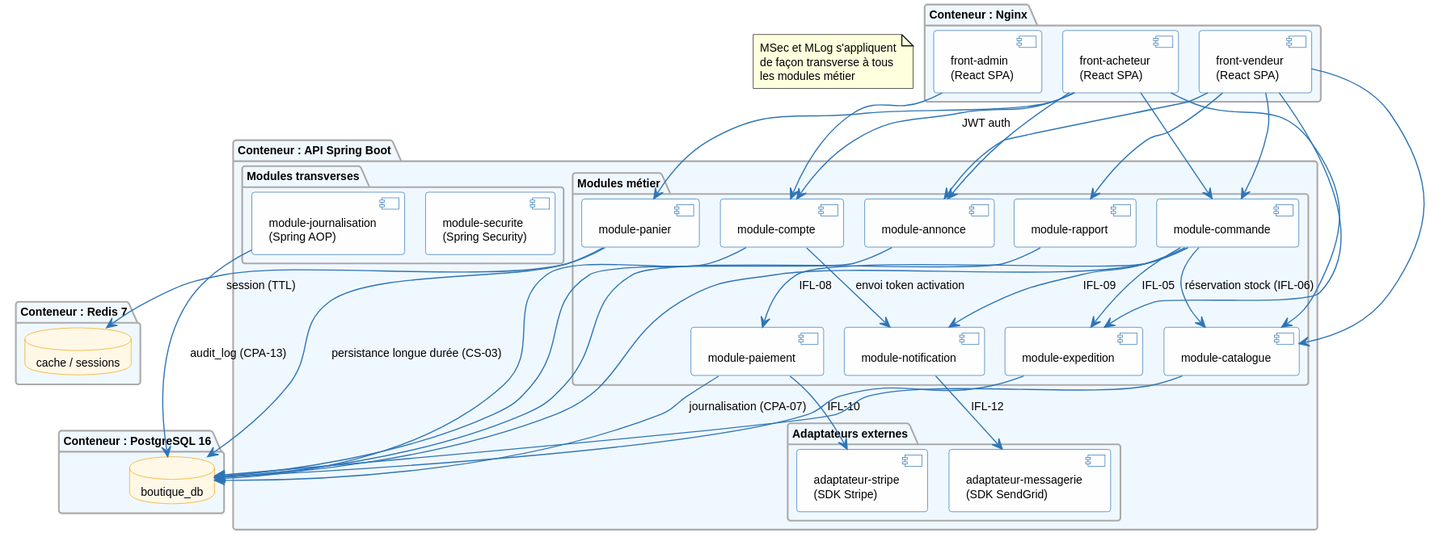
The PlantUML diagram architecture/04-physical-architecture/diagrams/pa-components.svg in louistalvande/online_shop, before a commit.
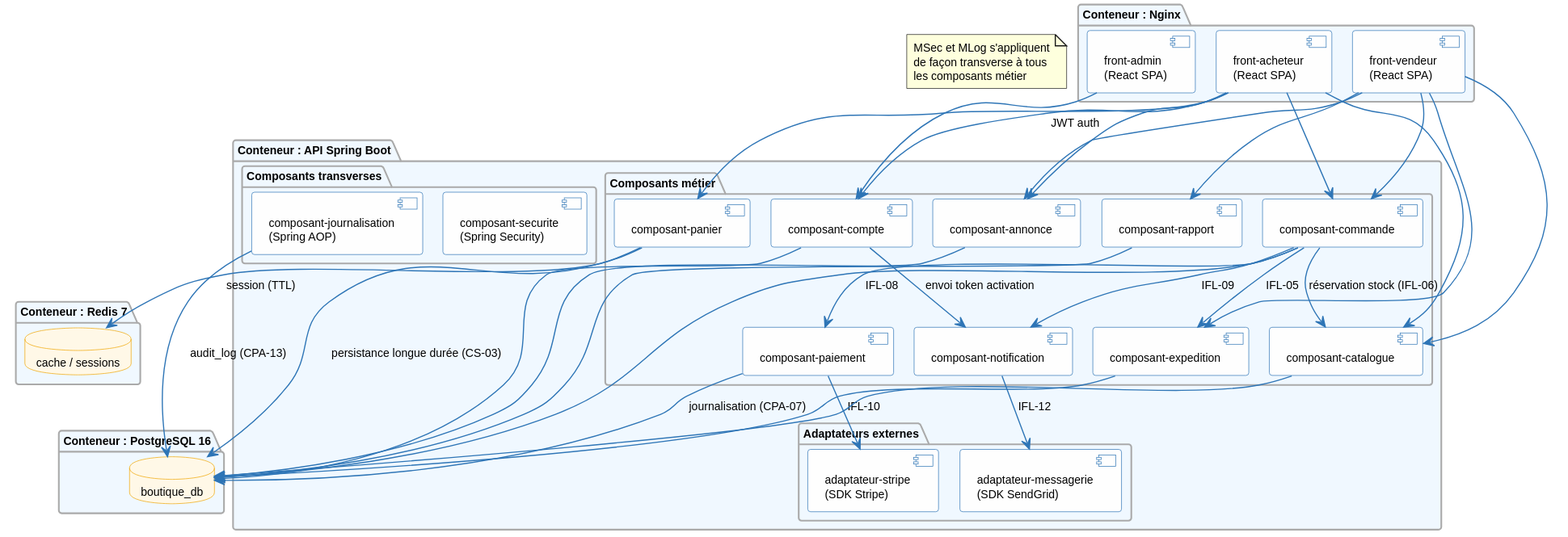
Later version of the same file.

Change to the diagram source:
```diff
@@ -15,20 +15,20 @@
 }
 
 package "Conteneur : API Spring Boot" {
-  package "Modules métier" {
-    [module-compte] as MCompte
-    [module-catalogue] as MCatalogue
-    [module-panier] as MPanier
-    [module-commande] as MCommande
-    [module-paiement] as MPaiement
-    [module-expedition] as MExpedition
-    [module-notification] as MNotif
-    [module-rapport] as MRapport
-    [module-annonce] as MAnnounce
+  package "Composants métier" {
+    [composant-compte] as MCompte
+    [composant-catalogue] as MCatalogue
+    [composant-panier] as MPanier
+    [composant-commande] as MCommande
+    [composant-paiement] as MPaiement
+    [composant-expedition] as MExpedition
+    [composant-notification] as MNotif
+    [composant-rapport] as MRapport
+    [composant-annonce] as MAnnounce
   }
-  package "Modules transverses" {
-    [module-securite\n(Spring Security)] as MSec
-    [module-journalisation\n(Spring AOP)] as MLog
+  package "Composants transverses" {
+    [composant-securite\n(Spring Security)] as MSec
+    [composant-journalisation\n(Spring AOP)] as MLog
   }
   package "Adaptateurs externes" {
     [adaptateur-stripe\n(SDK Stripe)] as AStripe
@@ -58,7 +58,7 @@
 
 MAnnounce --> PgDB
 MLog --> PgDB : audit_log (CPA-13)
-note "MSec et MLog s'appliquent\nde façon transverse à tous\nles modules métier" as NoteSecLog
+note "MSec et MLog s'appliquent\nde façon transverse à tous\nles composants métier" as NoteSecLog
 
 MCompte --> MNotif : envoi token activation
 MCommande --> MCatalogue : réservation stock (IFL-06)
```
